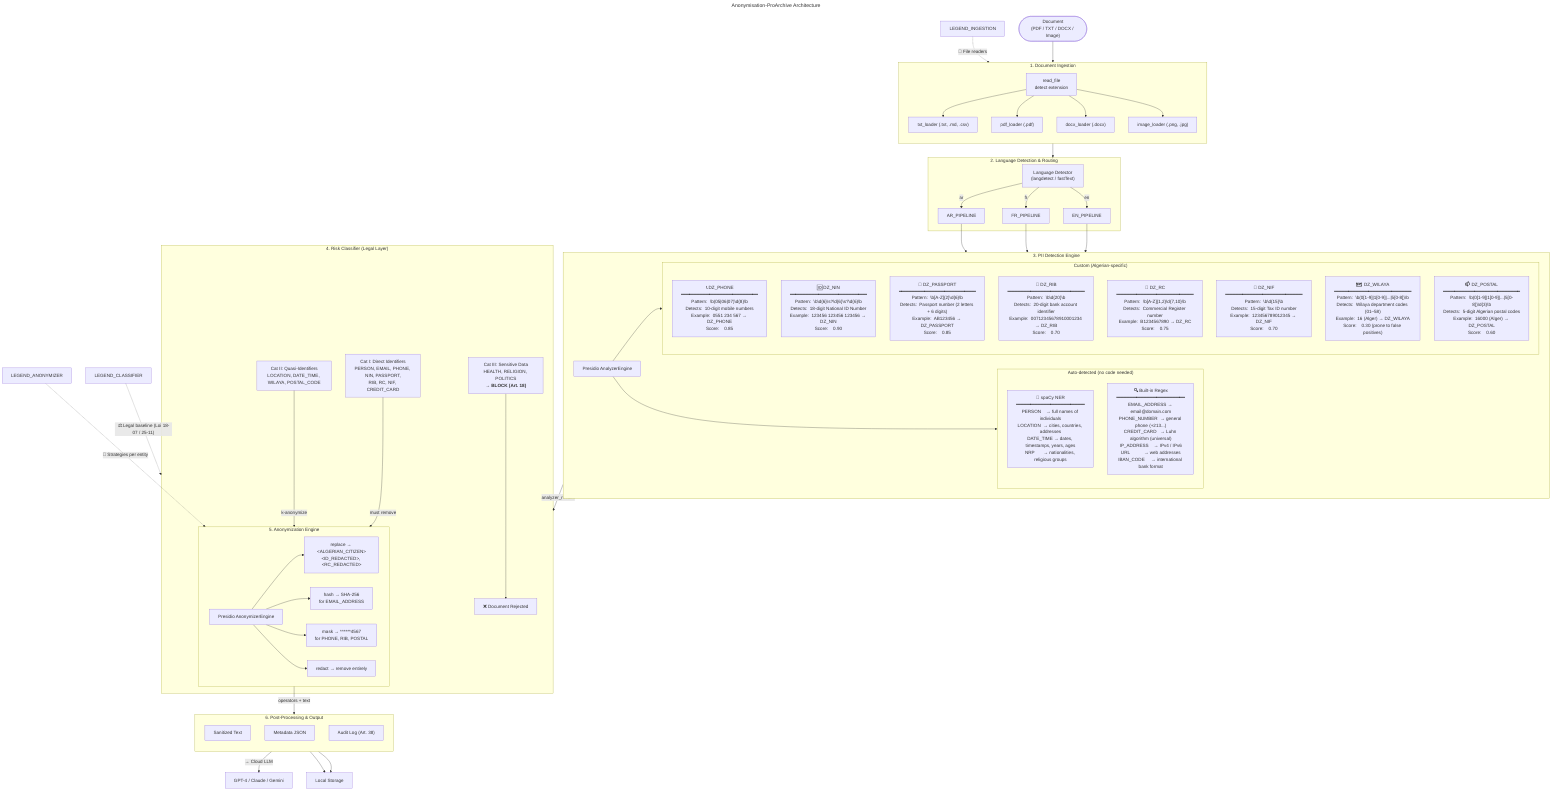
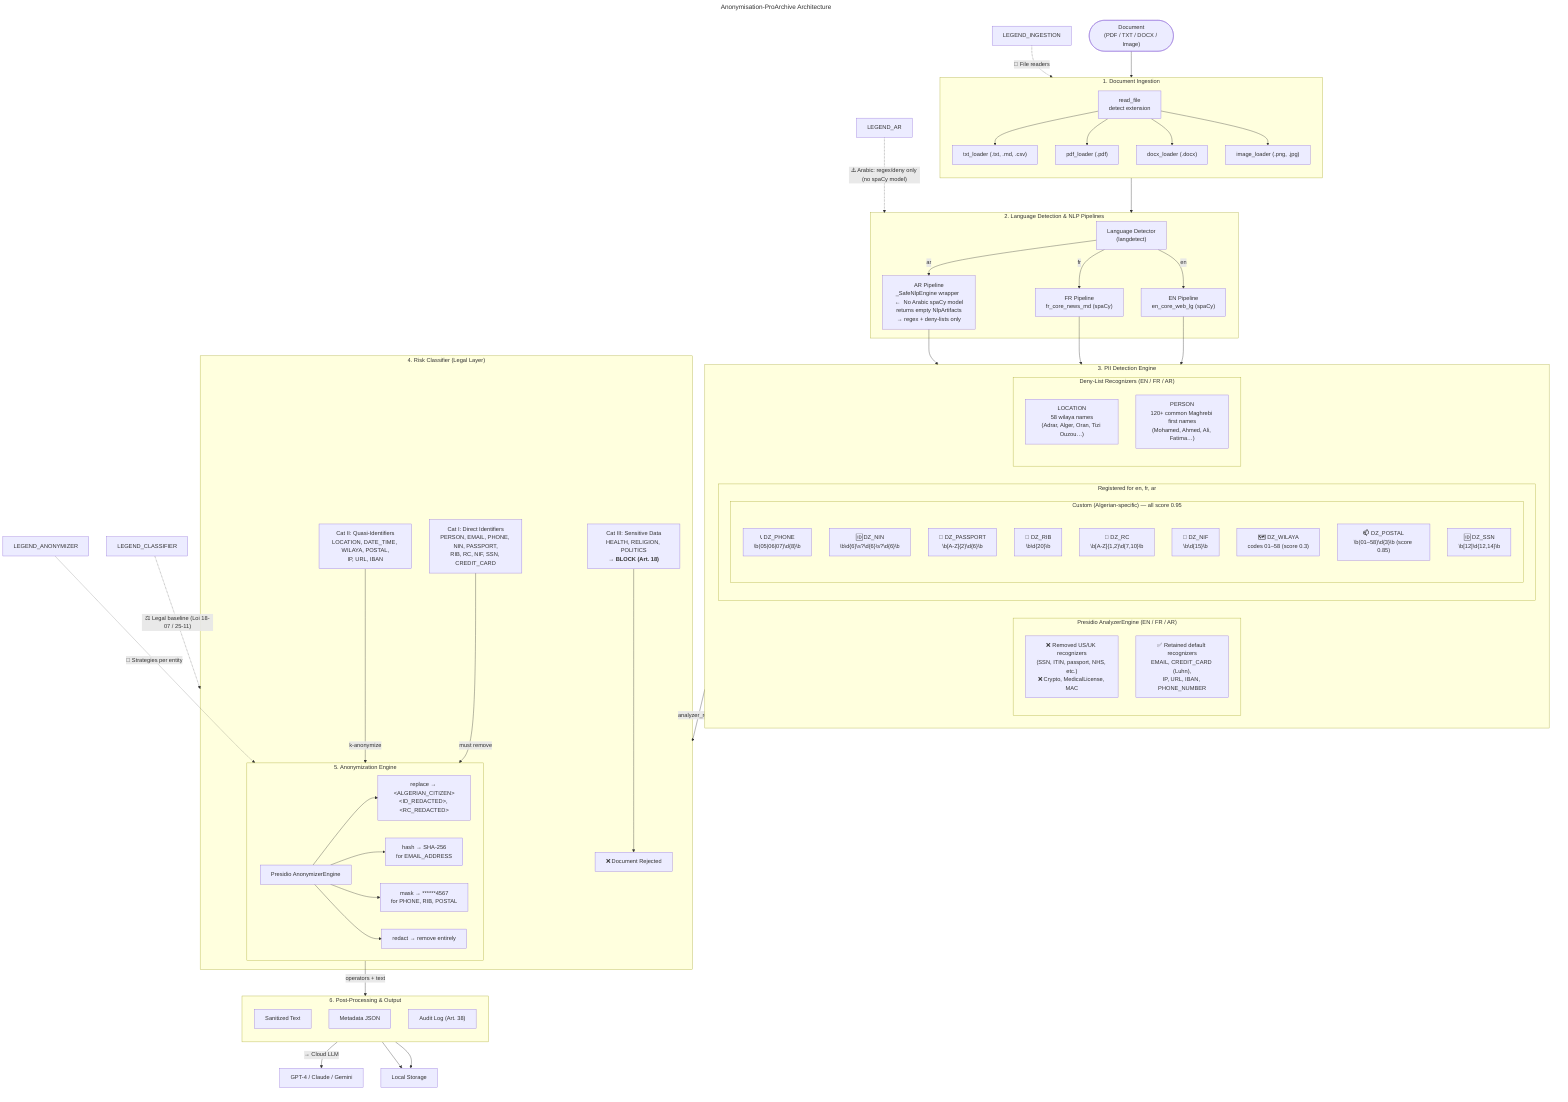
---
title: Anonymisation-ProArchive Architecture
---

flowchart TB
    %% ── Input ──
    INPUT(["Document<br/>(PDF / TXT / DOCX / Image)"])
    INPUT --> INGESTION

    %% ── 1. Ingestion Layer ──
    subgraph INGESTION ["1. Document Ingestion"]
        direction TB
        READ[read_file<br/>detect extension]
        TXT_LOADER["txt_loader (.txt, .md, .csv)"]
        PDF_LOADER["pdf_loader (.pdf)"]
        DOCX_LOADER["docx_loader (.docx)"]
        IMG_LOADER["image_loader (.png, .jpg)"]
        READ --> TXT_LOADER
        READ --> PDF_LOADER
        READ --> DOCX_LOADER
        READ --> IMG_LOADER
    end

    INGESTION --> LANG_ROUTER

-     %% ── 2. Language Router ──
-     subgraph LANG_ROUTER ["2. Language Detection & Routing"]
-         LANG_DETECT["Language Detector<br/>(langdetect / fastText)"]
+     %% ── 2. Language Detection & NLP Pipelines ──
+     subgraph LANG_ROUTER ["2. Language Detection & NLP Pipelines"]
+         LANG_DETECT["Language Detector<br/>(langdetect)"]
        LANG_DETECT -->|en| EN_PIPELINE
        LANG_DETECT -->|fr| FR_PIPELINE
        LANG_DETECT -->|ar| AR_PIPELINE
+ 
+         EN_PIPELINE["EN Pipeline<br/>en_core_web_lg (spaCy)"]
+         FR_PIPELINE["FR Pipeline<br/>fr_core_news_md (spaCy)"]
+         AR_PIPELINE["AR Pipeline<br/>_SafeNlpEngine wrapper  ←  No Arabic spaCy model<br/>returns empty NlpArtifacts<br/>→ regex + deny-lists only"]
    end

    EN_PIPELINE --> ANALYZER
    FR_PIPELINE --> ANALYZER
    AR_PIPELINE --> ANALYZER

    %% ── 3. Analyzer (Detection) ──
    subgraph ANALYZER ["3. PII Detection Engine"]
-         PRESIDIO_ANALYZER["Presidio AnalyzerEngine"]

-         subgraph BUILTIN ["Auto-detected (no code needed)"]
-             direction TB
-             NER_ENTITIES["🧠 spaCy NER<br/>━━━━━━━━━━━━━━━━━━━━━━━━<br/>PERSON    → full names of individuals<br/>LOCATION  → cities, countries, addresses<br/>DATE_TIME → dates, timestamps, years, ages<br/>NRP       → nationalities, religious groups"]
-             REGEX_ENTITIES["🔍 Built-in Regex<br/>━━━━━━━━━━━━━━━━━━━━━━━━<br/>EMAIL_ADDRESS → email@domain.com<br/>PHONE_NUMBER  → general phone (+213...)<br/>CREDIT_CARD   → Luhn algorithm (universal)<br/>IP_ADDRESS    → IPv4 / IPv6<br/>URL           → web addresses<br/>IBAN_CODE     → international bank format"]
+         subgraph PRESIDIO_CORE ["Presidio AnalyzerEngine (EN / FR / AR)"]
+             REMOVED["❌ Removed US/UK recognizers<br/>(SSN, ITIN, passport, NHS, etc.)<br/>❌ Crypto, MedicalLicense, MAC"]
+             KEPT["✅ Retained default recognizers<br/>EMAIL, CREDIT_CARD (Luhn),<br/>IP, URL, IBAN, PHONE_NUMBER"]
        end

-         subgraph CUSTOM ["Custom (Algerian-specific)"]
-             direction TB
-             DZ_PHONE["📞 DZ_PHONE<br/>━━━━━━━━━━━━━━━━━━━━━━━━━━━<br/>Pattern:  \b(05|06|07)\d{8}\b<br/>Detects:  10-digit mobile numbers<br/>Example:  0551 234 567 → DZ_PHONE<br/>Score:    0.85"]
-             DZ_NIN["🆔 DZ_NIN<br/>━━━━━━━━━━━━━━━━━━━━━━━━━━━<br/>Pattern:  \b\d{6}\s?\d{6}\s?\d{6}\b<br/>Detects:  18-digit National ID Number<br/>Example:  123456 123456 123456 → DZ_NIN<br/>Score:    0.90"]
-             DZ_PASSPORT["📘 DZ_PASSPORT<br/>━━━━━━━━━━━━━━━━━━━━━━━━━━━<br/>Pattern:  \b[A-Z]{2}\d{6}\b<br/>Detects:  Passport number (2 letters + 6 digits)<br/>Example:  AB123456 → DZ_PASSPORT<br/>Score:    0.85"]
-             DZ_RIB["🏦 DZ_RIB<br/>━━━━━━━━━━━━━━━━━━━━━━━━━━━<br/>Pattern:  \b\d{20}\b<br/>Detects:  20-digit bank account identifier<br/>Example:  00712345678910001234 → DZ_RIB<br/>Score:    0.70"]
-             DZ_RC["🏢 DZ_RC<br/>━━━━━━━━━━━━━━━━━━━━━━━━━━━<br/>Pattern:  \b[A-Z]{1,2}\d{7,10}\b<br/>Detects:  Commercial Register number<br/>Example:  B1234567890 → DZ_RC<br/>Score:    0.75"]
-             DZ_NIF["🧾 DZ_NIF<br/>━━━━━━━━━━━━━━━━━━━━━━━━━━━<br/>Pattern:  \b\d{15}\b<br/>Detects:  15-digit Tax ID number<br/>Example:  123456789012345 → DZ_NIF<br/>Score:    0.70"]
-             DZ_WILAYA["🗺️ DZ_WILAYA<br/>━━━━━━━━━━━━━━━━━━━━━━━━━━━<br/>Pattern:  \b(0[1-9]|1[0-9]|...|5[0-8])\b<br/>Detects:  Wilaya department codes (01–58)<br/>Example:  16 (Alger) → DZ_WILAYA<br/>Score:    0.30 (prone to false positives)"]
-             DZ_POSTAL["📫 DZ_POSTAL<br/>━━━━━━━━━━━━━━━━━━━━━━━━━━━<br/>Pattern:  \b(0[1-9]|1[0-9]|...|5[0-8])\d{3}\b<br/>Detects:  5-digit Algerian postal codes<br/>Example:  16000 (Alger) → DZ_POSTAL<br/>Score:    0.60"]
+         subgraph LANGUAGE_REGISTRATION ["Registered for en, fr, ar"]
+             CUSTOM["Custom PatternRecognizers (x3 languages)"]
        end

-         PRESIDIO_ANALYZER --> BUILTIN
-         PRESIDIO_ANALYZER --> CUSTOM
+         subgraph CUSTOM ["Custom (Algerian-specific) — all score 0.95"]
+             direction TB
+             DZ_PHONE["📞 DZ_PHONE<br/>\b(05|06|07)\d{8}\b"]
+             DZ_NIN["🆔 DZ_NIN<br/>\b\d{6}\s?\d{6}\s?\d{6}\b"]
+             DZ_PASSPORT["📘 DZ_PASSPORT<br/>\b[A-Z]{2}\d{6}\b"]
+             DZ_RIB["🏦 DZ_RIB<br/>\b\d{20}\b"]
+             DZ_RC["🏢 DZ_RC<br/>\b[A-Z]{1,2}\d{7,10}\b"]
+             DZ_NIF["🧾 DZ_NIF<br/>\b\d{15}\b"]
+             DZ_WILAYA["🗺️ DZ_WILAYA<br/>codes 01–58 (score 0.3)"]
+             DZ_POSTAL["📫 DZ_POSTAL<br/>\b(01–58)\d{3}\b (score 0.85)"]
+             DZ_SSN["🆔 DZ_SSN<br/>\b[12]\d{12,14}\b"]
+         end
+ 
+         subgraph DENY_LISTS ["Deny-List Recognizers (EN / FR / AR)"]
+             LOC_DENY["LOCATION<br/>58 wilaya names<br/>(Adrar, Alger, Oran, Tizi Ouzou…)"]
+             PER_DENY["PERSON<br/>120+ common Maghrebi first names<br/>(Mohamed, Ahmed, Ali, Fatima…)"]
+         end
    end

    ANALYZER -->|analyzer_results| RISK_CLASSIFIER

    %% ── 4. Risk Classifier ──
    subgraph RISK_CLASSIFIER ["4. Risk Classifier (Legal Layer)"]
-         CAT_I["Cat I: Direct Identifiers<br/>PERSON, EMAIL, PHONE, NIN, PASSPORT,<br/>RIB, RC, NIF, CREDIT_CARD"]
-         CAT_II["Cat II: Quasi-Identifiers<br/>LOCATION, DATE_TIME, WILAYA, POSTAL_CODE"]
+         CAT_I["Cat I: Direct Identifiers<br/>PERSON, EMAIL, PHONE, NIN, PASSPORT,<br/>RIB, RC, NIF, SSN, CREDIT_CARD"]
+         CAT_II["Cat II: Quasi-Identifiers<br/>LOCATION, DATE_TIME, WILAYA, POSTAL,<br/>IP, URL, IBAN"]
        CAT_III["Cat III: Sensitive Data<br/>HEALTH, RELIGION, POLITICS<br/><b>→ BLOCK (Art. 18)</b>"]

        CAT_I -->|must remove| ANONYMIZER
        CAT_II -->|k-anonymize| ANONYMIZER
        CAT_III --> BLOCK["❌ Document Rejected"]
    end

    ANONYMIZER -->|operators + text| OUTPUT

    %% ── 5. Anonymizer ──
    subgraph ANONYMIZER ["5. Anonymization Engine"]
        PRESIDIO_ANONYM["Presidio AnonymizerEngine"]
        REPLACE["replace → &lt;ALGERIAN_CITIZEN&gt;<br/>&lt;ID_REDACTED&gt;, &lt;RC_REDACTED&gt;"]
        HASH["hash → SHA-256<br/>for EMAIL_ADDRESS"]
        MASK["mask → ******4567<br/>for PHONE, RIB, POSTAL"]
        REDACT["redact → remove entirely"]

        PRESIDIO_ANONYM --> REPLACE
        PRESIDIO_ANONYM --> HASH
        PRESIDIO_ANONYM --> MASK
        PRESIDIO_ANONYM --> REDACT
    end

    %% ── 6. Post-Processing & Output ──
    subgraph OUTPUT ["6. Post-Processing & Output"]
        direction TB
        TEXT_OUT["Sanitized Text"]
        META_OUT["Metadata JSON"]
        AUDIT["Audit Log (Art. 38)"]
    end

    TEXT_OUT -->|"→ Cloud LLM"| LLM["GPT-4 / Claude / Gemini"]
    META_OUT --> LOCAL["Local Storage"]
    AUDIT --> LOCAL

    %% ── Legend ──
    LEGEND_INGESTION -.->|"📄 File readers"| INGESTION
    LEGEND_CLASSIFIER -.->|"⚖️ Legal baseline (Loi 18-07 / 25-11)"| RISK_CLASSIFIER
    LEGEND_ANONYMIZER -.->|"🔐 Strategies per entity"| ANONYMIZER
+     LEGEND_AR -.->|"⚠️ Arabic: regex/deny only (no spaCy model)"| LANG_ROUTER
